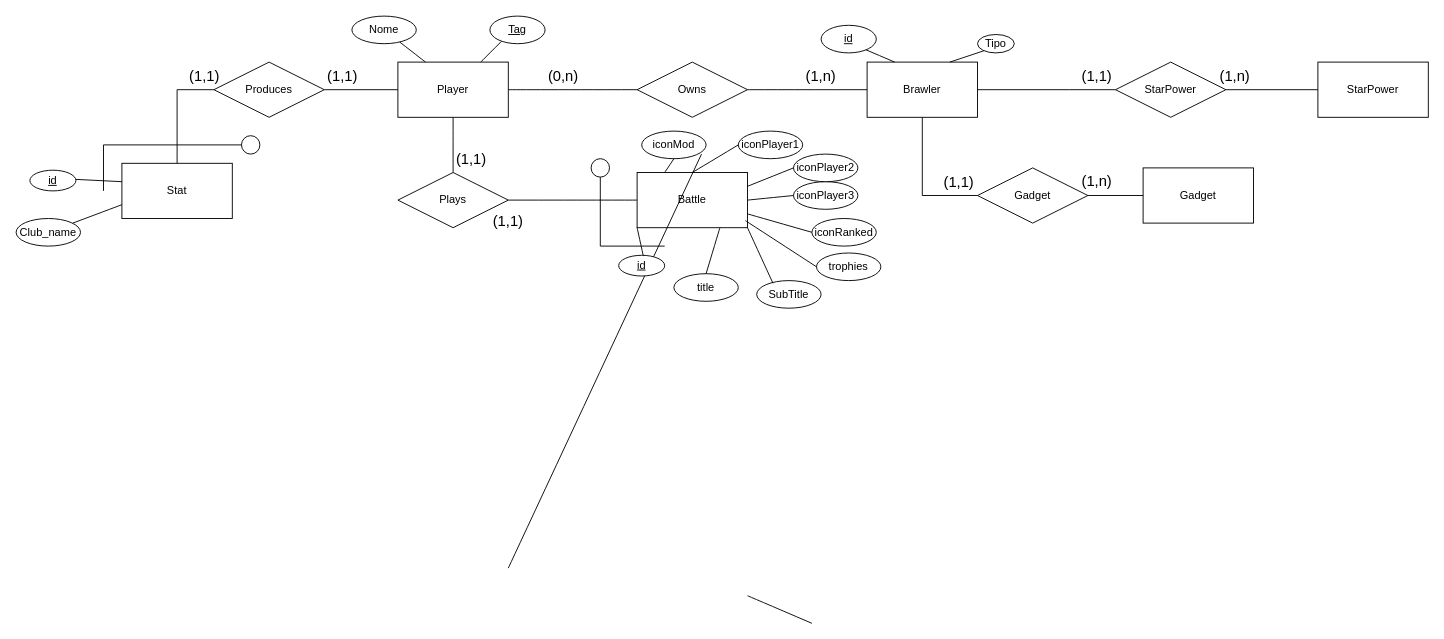
The draw.io diagram ER-GameRise.drawio in DiagonDev/GameRiseApp, before the edit. Source tidied: cells renumbered, new cells numbered last; positions are measured from the earlier drawing's top-left corner, leaving out a move shared by most shapes. Both pictures are drawn from the tidied source at 92%, with x=0, y=0 at pixel (16, 16).
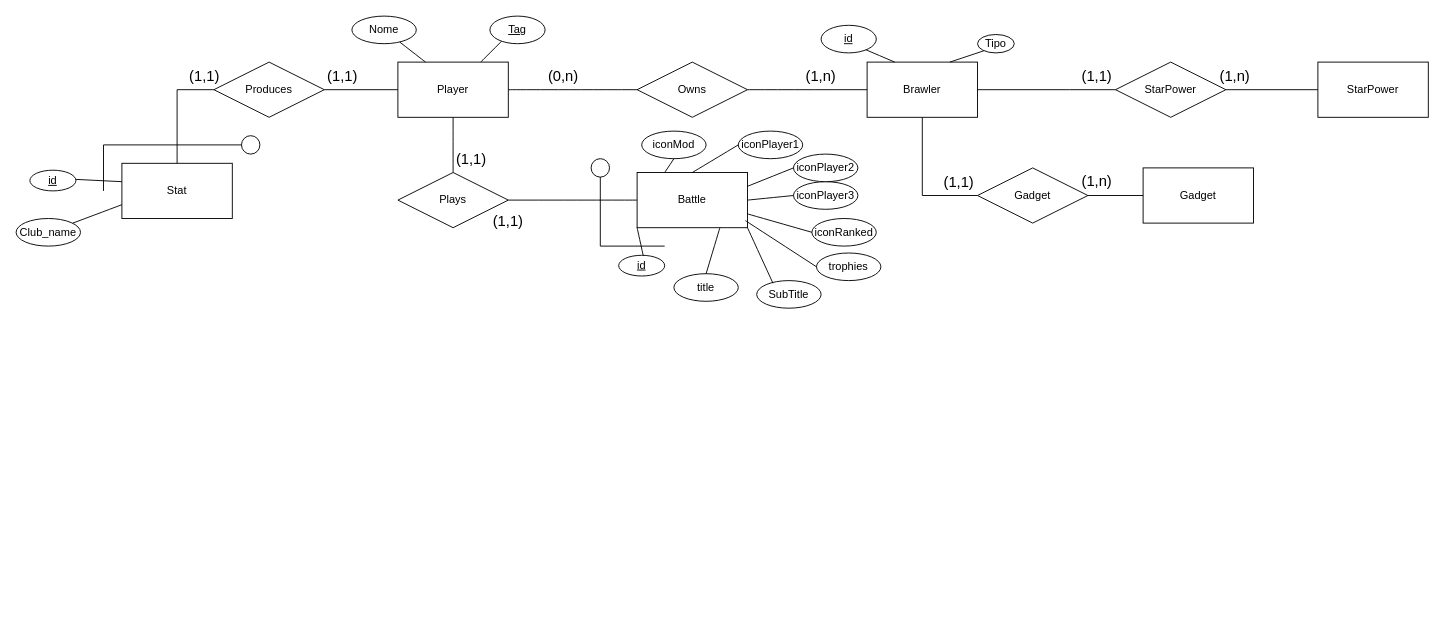
The same diagram, later.

Change to the diagram source:
```diff
@@
-    <mxCell id="13" style="endArrow=none;html=1;rounded=0;fontSize=12;startSize=8;endSize=8;curved=1;exitX=1;exitY=0.5;exitDx=0;exitDy=0;entryX=0;entryY=0.5;entryDx=0;entryDy=0;" parent="1" edge="1">
-      <mxGeometry relative="1" as="geometry">
-        <mxPoint x="535" y="600" as="sourcePoint" />
-        <mxPoint x="745" y="150" as="targetPoint" />
-      </mxGeometry>
-    </mxCell>
@@
-    <mxCell id="25" style="endArrow=none;html=1;rounded=0;fontSize=12;startSize=8;endSize=8;curved=1;exitX=1;exitY=1;exitDx=0;exitDy=0;" parent="1" edge="1">
-      <mxGeometry relative="1" as="geometry">
-        <mxPoint x="795" y="630" as="sourcePoint" />
-        <mxPoint x="865" y="660" as="targetPoint" />
-      </mxGeometry>
-    </mxCell>
```
